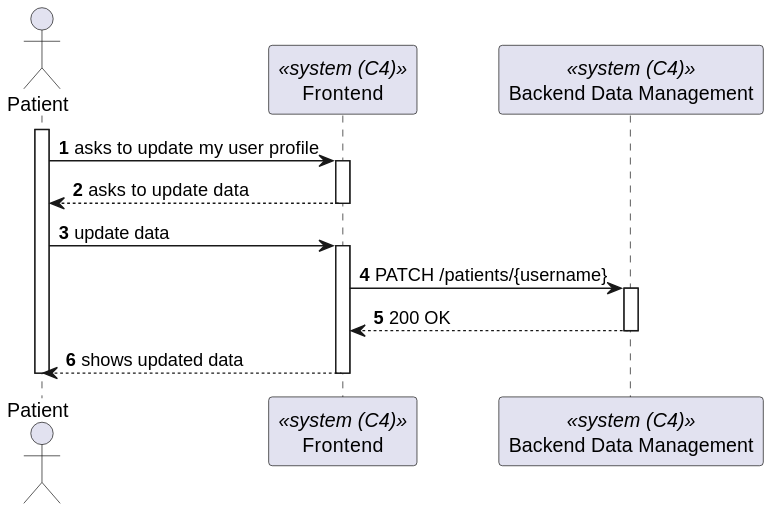
Earlier version of the PlantUML export docs/sprint-b/us-6.2.2/views/level2/process-view.svg (1220846/sem5pi-24-25-3ddg20).
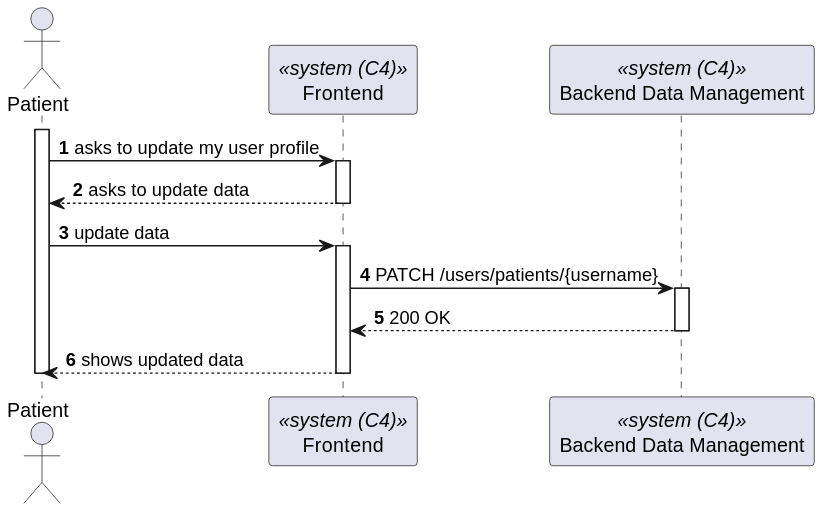
After the change.

Change to the diagram source:
```diff
@@ -19,7 +19,7 @@
 
     activate Frontend
 
-        Frontend-> BackendDataManagement : PATCH /patients/{username}
+        Frontend-> BackendDataManagement : PATCH /users/patients/{username}
         activate BackendDataManagement
 
             Frontend <-- BackendDataManagement : 200 OK
```
